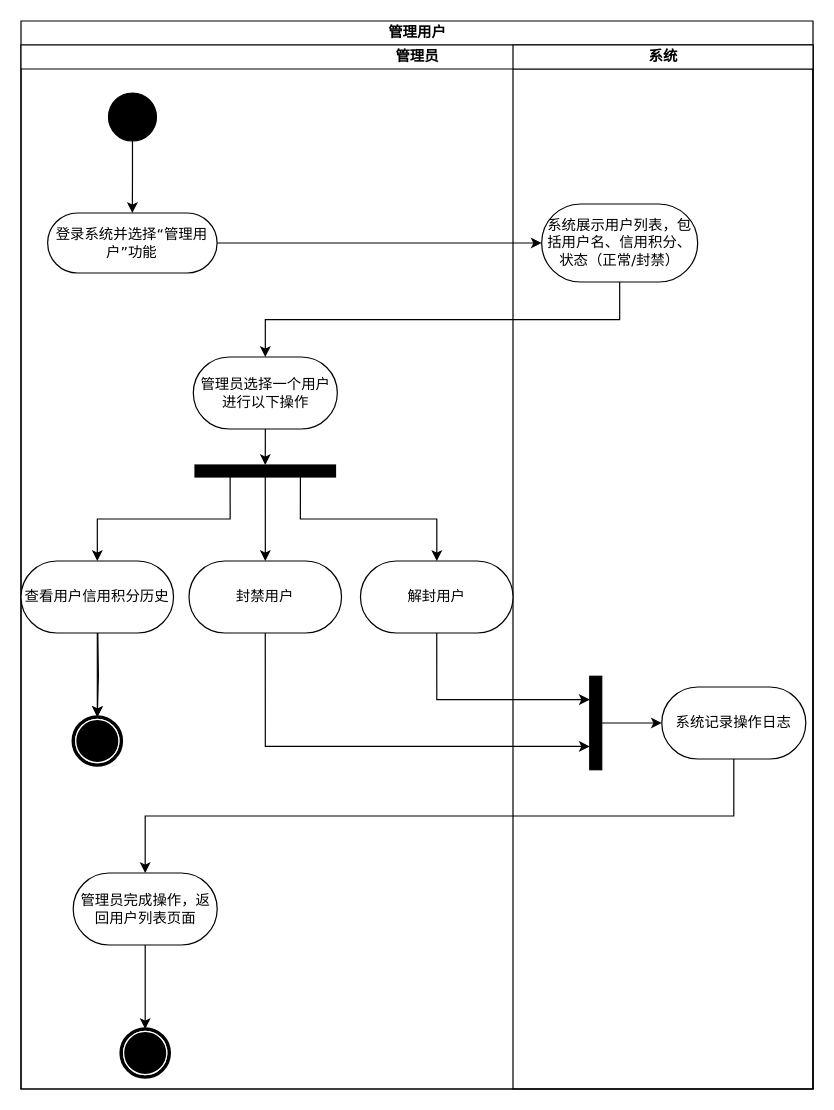
Earlier version of the draw.io diagram page "功能建模" (1 of 2) of 文档/需求分析规约文档/三种建模/05管理用户用例建模.drawio (w1ntercube/TJ-SE-Design). Source tidied: cells renumbered, new cells numbered last; positions are measured from the earlier drawing's top-left corner, leaving out a move shared by most shapes. Both pictures are drawn from the tidied source at 120%, with x=0, y=0 at pixel (20, 20).
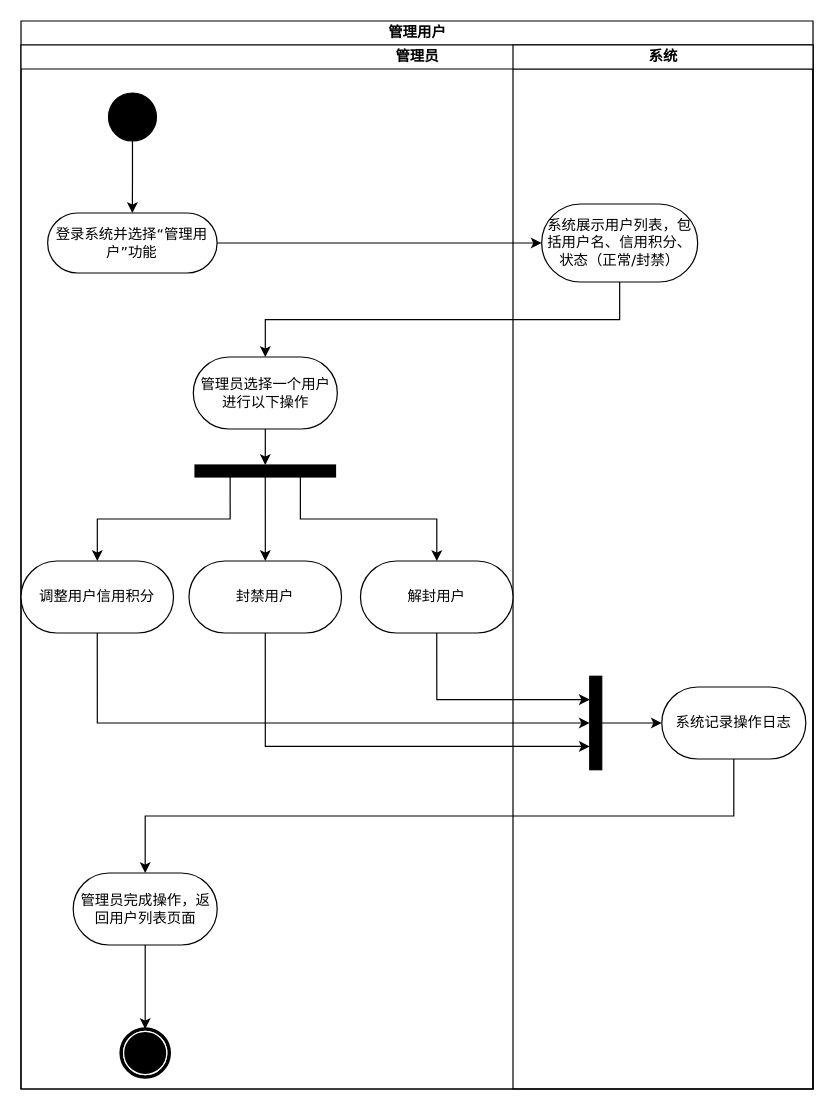
Above is the later version.

Unchanged cells that the change refers to:
```xml
<mxCell id="3" value="管理员" style="swimlane;html=1;startSize=20;" parent="2" vertex="1">
  <mxGeometry y="20" width="660" height="870" as="geometry" />
</mxCell>
<mxCell id="9" style="rounded=0;whiteSpace=wrap;html=1;fontSize=12;fillColor=#000000;rotation=90;" parent="7" vertex="1">
  <mxGeometry x="30" y="560" width="77.9" height="10" as="geometry" />
</mxCell>
```

Diff of the diagram source:
```diff
@@
-    <mxCell id="17" style="edgeStyle=orthogonalEdgeStyle;rounded=0;jettySize=auto;html=1;" parent="3" edge="1" source="18" target="28">
-      <mxGeometry relative="1" as="geometry" />
-    </mxCell>
-    <mxCell id="18" value="查看用户信用积分历史" style="whiteSpace=wrap;html=1;fontFamily=Verdana;rounded=1;shadow=0;comic=0;labelBackgroundColor=none;strokeWidth=1;arcSize=50;" parent="3" vertex="1">
+    <mxCell id="18" value="调整用户信用积分" style="whiteSpace=wrap;html=1;fontFamily=Verdana;rounded=1;shadow=0;comic=0;labelBackgroundColor=none;strokeWidth=1;arcSize=50;" parent="3" vertex="1">
       <mxGeometry y="430" width="127.1" height="60" as="geometry" />
     </mxCell>
@@
-    <mxCell id="27" style="edgeStyle=orthogonalEdgeStyle;rounded=0;jettySize=auto;html=1;entryX=0.5;entryY=0;entryDx=0;entryDy=0;" parent="3" edge="1" target="28">
-      <mxGeometry relative="1" as="geometry">
-        <mxPoint x="64" y="490" as="sourcePoint" />
-      </mxGeometry>
-    </mxCell>
-    <mxCell id="28" style="shape=mxgraph.bpmn.shape;html=1;verticalLabelPosition=bottom;labelBackgroundColor=#ffffff;verticalAlign=top;perimeter=ellipsePerimeter;outline=end;symbol=terminate;rounded=0;shadow=0;comic=0;strokeWidth=1;fontFamily=Verdana;fontSize=12;align=center;" parent="3" vertex="1">
-      <mxGeometry x="43.6" y="560" width="40" height="40" as="geometry" />
-    </mxCell>
+    <mxCell id="32" style="edgeStyle=orthogonalEdgeStyle;rounded=0;jettySize=auto;html=1;exitX=0.5;exitY=1;exitDx=0;exitDy=0;entryX=0.5;entryY=1;entryDx=0;entryDy=0;" parent="3" edge="1" source="18" target="9">
+      <mxGeometry relative="1" as="geometry" />
+    </mxCell>
```
